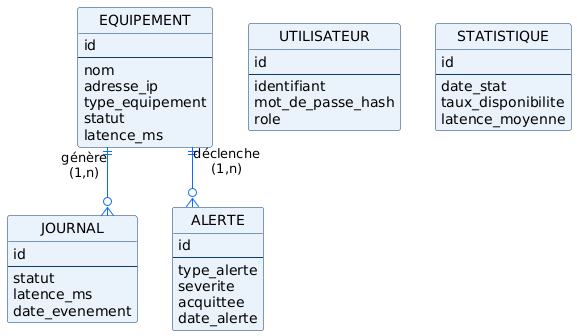
Before: database/mcd.png, a diagram exported from PlantUML (esperanceykouassi-bit/Supervision-reseau).
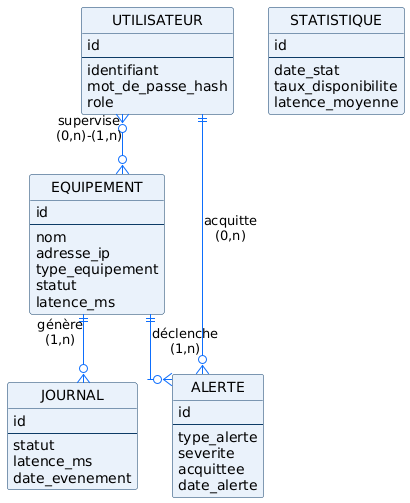
Above is the later version.

What changed in the source:
```diff
@@ -53,5 +53,7 @@
 
 equip ||--o{ journal : "génère\n(1,n)"
 equip ||--o{ alerte : "déclenche\n(1,n)"
+user }o--o{ equip : "supervise\n(0,n)-(1,n)"
+user ||--o{ alerte : "acquitte\n(0,n)"
 
 @enduml
```
